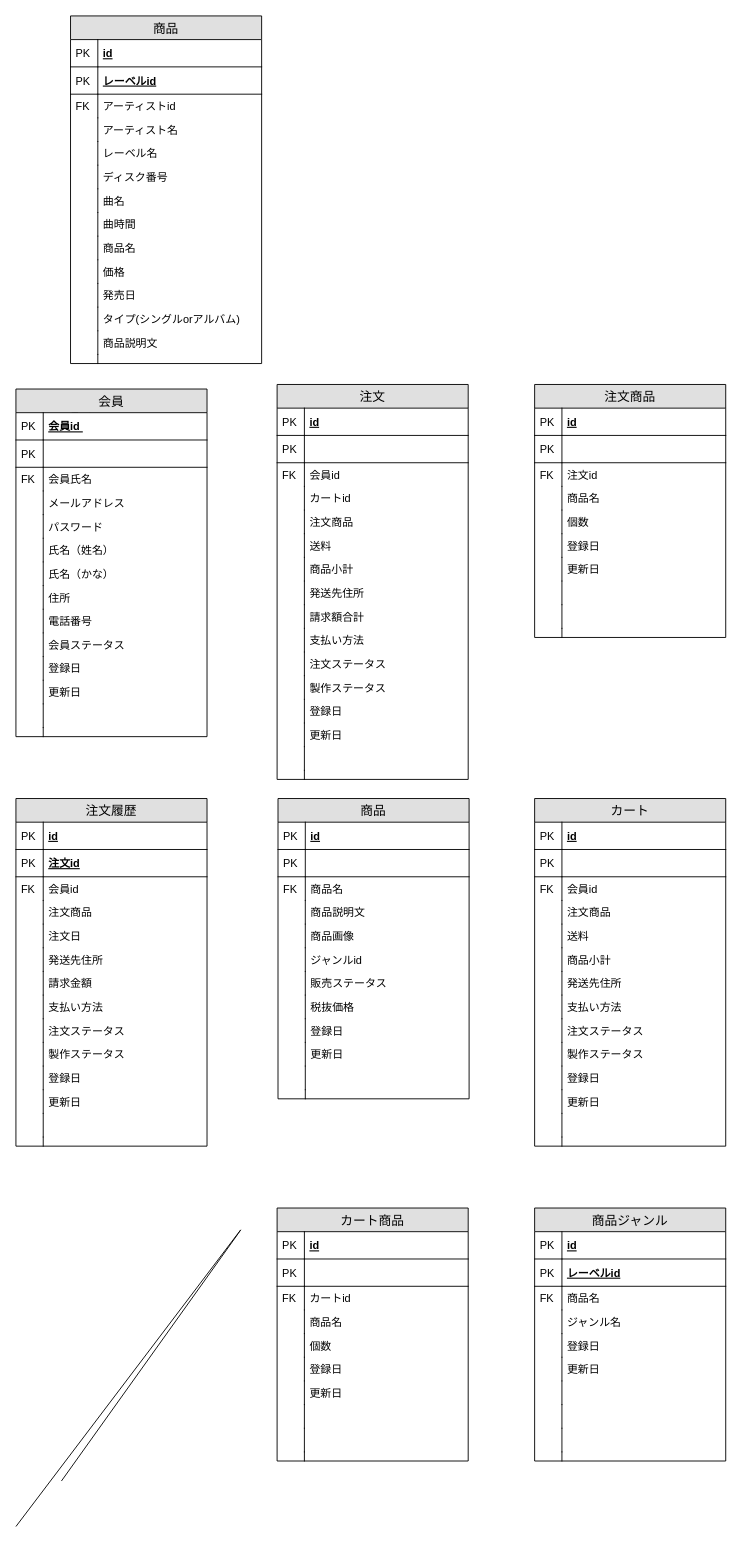
Earlier version of the draw.io diagram page "第一正規形" (2 of 4) of ER図.drawio (tibisaki67/ECsite). Source tidied: cells renumbered, new cells numbered last; positions are measured from the earlier drawing's top-left corner, leaving out a move shared by most shapes. Both pictures are drawn from the tidied source at 91%, with x=0, y=0 at pixel (15, 15).
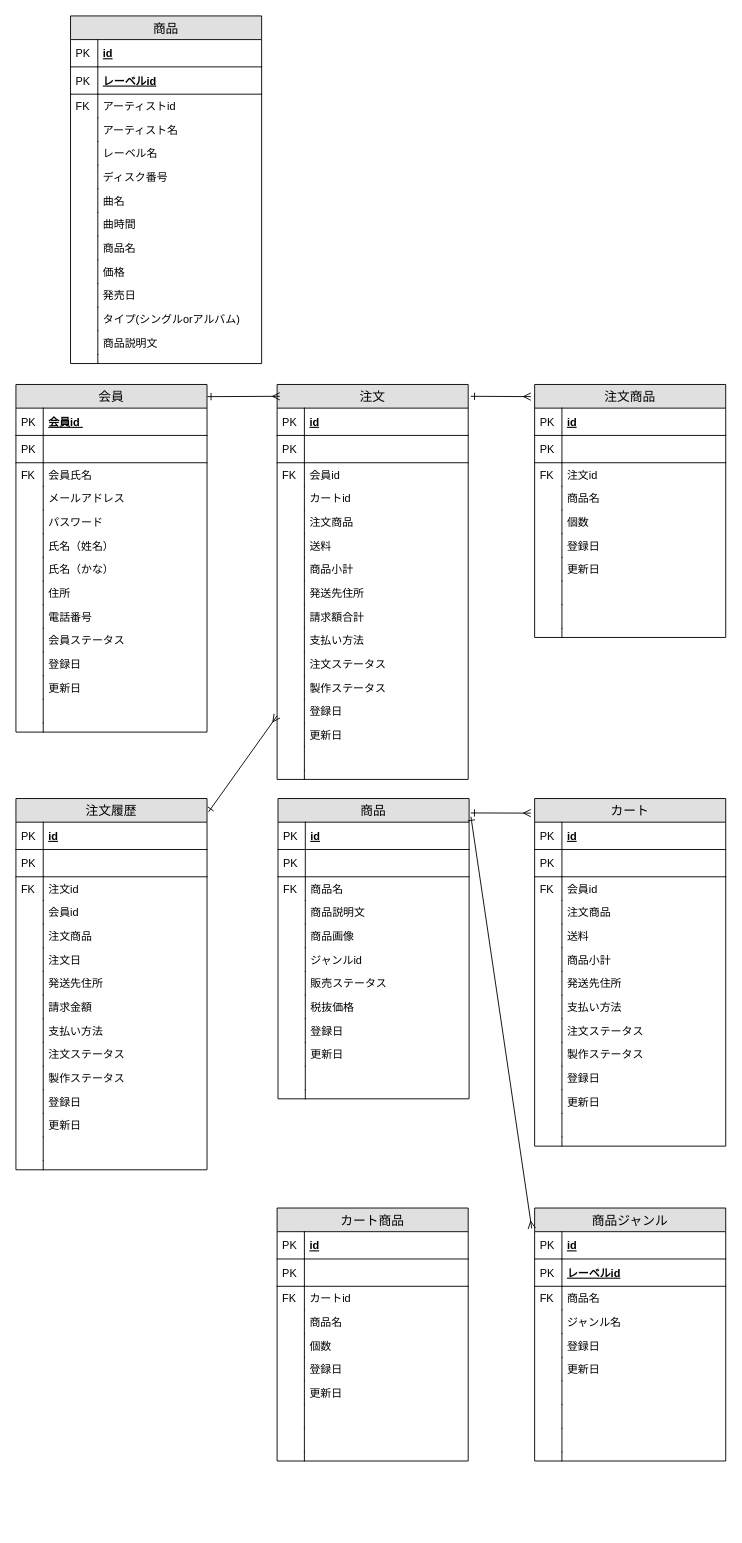
Above is the later version.

The change refers to these unchanged cells:
```xml
<mxCell id="61" value="注文" style="swimlane;fontStyle=0;horizontal=1;startSize=26;fillColor=#e0e0e0;swimlaneFillColor=#ffffff;align=center;fontSize=14;" parent="1" vertex="1">
  <mxGeometry x="287" y="405" width="210" height="434" as="geometry" />
</mxCell>
<mxCell id="94" value="注文商品" style="swimlane;fontStyle=0;horizontal=1;startSize=26;fillColor=#e0e0e0;swimlaneFillColor=#ffffff;align=center;fontSize=14;" parent="1" vertex="1">
  <mxGeometry x="570" y="405" width="210" height="278" as="geometry" />
</mxCell>
<mxCell id="115" value="商品" style="swimlane;fontStyle=0;horizontal=1;startSize=26;fillColor=#e0e0e0;swimlaneFillColor=#ffffff;align=center;fontSize=14;" parent="1" vertex="1">
  <mxGeometry x="288" y="860" width="210" height="330" as="geometry" />
</mxCell>
<mxCell id="140" value="カート" style="swimlane;fontStyle=0;horizontal=1;startSize=26;fillColor=#e0e0e0;swimlaneFillColor=#ffffff;align=center;fontSize=14;" parent="1" vertex="1">
  <mxGeometry x="570" y="860" width="210" height="382" as="geometry" />
</mxCell>
<mxCell id="198" value="商品ジャンル" style="swimlane;fontStyle=0;horizontal=1;startSize=26;fillColor=#e0e0e0;swimlaneFillColor=#ffffff;align=center;fontSize=14;" parent="1" vertex="1">
  <mxGeometry x="570" y="1310" width="210" height="278" as="geometry" />
</mxCell>
```

What changed in the source:
```diff
@@
     <mxCell id="32" value="会員" style="swimlane;fontStyle=0;horizontal=1;startSize=26;fillColor=#e0e0e0;swimlaneFillColor=#ffffff;align=center;fontSize=14;" parent="1" vertex="1">
-      <mxGeometry y="410" width="210" height="382" as="geometry" />
+      <mxGeometry y="405" width="210" height="382" as="geometry" />
     </mxCell>
@@
     <mxCell id="169" value="注文履歴" style="swimlane;fontStyle=0;horizontal=1;startSize=26;fillColor=#e0e0e0;swimlaneFillColor=#ffffff;align=center;fontSize=14;" parent="1" vertex="1">
-      <mxGeometry y="860" width="210" height="382" as="geometry" />
+      <mxGeometry y="860" width="210" height="408" as="geometry" />
     </mxCell>
@@
-    <mxCell id="172" value="注文id" style="shape=partialRectangle;top=0;left=0;right=0;bottom=1;align=left;verticalAlign=middle;fillColor=none;spacingLeft=34;spacingRight=4;overflow=hidden;fontStyle=5;fontSize=12;" parent="169" vertex="1">
+    <mxCell id="172" style="shape=partialRectangle;top=0;left=0;right=0;bottom=1;align=left;verticalAlign=middle;fillColor=none;spacingLeft=34;spacingRight=4;overflow=hidden;fontStyle=5;fontSize=12;" parent="169" vertex="1">
       <mxGeometry y="56" width="210" height="30" as="geometry" />
     </mxCell>
@@
-    <mxCell id="174" value="会員id" style="shape=partialRectangle;top=0;left=0;right=0;bottom=0;align=left;verticalAlign=top;fillColor=none;spacingLeft=34;spacingRight=4;overflow=hidden;fontSize=12;" parent="169" vertex="1">
+    <mxCell id="174" value="注文id" style="shape=partialRectangle;top=0;left=0;right=0;bottom=0;align=left;verticalAlign=top;fillColor=none;spacingLeft=34;spacingRight=4;overflow=hidden;fontSize=12;" parent="169" vertex="1">
       <mxGeometry y="86" width="210" height="26" as="geometry" />
     </mxCell>
@@
+    <mxCell id="241" value="会員id" style="shape=partialRectangle;top=0;left=0;right=0;bottom=0;align=left;verticalAlign=top;fillColor=none;spacingLeft=34;spacingRight=4;overflow=hidden;fontSize=12;" parent="169" vertex="1">
+      <mxGeometry y="112" width="210" height="26" as="geometry" />
+    </mxCell>
+    <mxCell id="242" style="shape=partialRectangle;top=0;left=0;bottom=0;fillColor=none;align=left;verticalAlign=top;spacingLeft=4;spacingRight=4;overflow=hidden;fontSize=12;" parent="241" vertex="1">
+      <mxGeometry width="30" height="26" as="geometry" />
+    </mxCell>
     <mxCell id="176" value="注文商品" style="shape=partialRectangle;top=0;left=0;right=0;bottom=0;align=left;verticalAlign=top;fillColor=none;spacingLeft=34;spacingRight=4;overflow=hidden;fontSize=12;" parent="169" vertex="1">
-      <mxGeometry y="112" width="210" height="26" as="geometry" />
+      <mxGeometry y="138" width="210" height="26" as="geometry" />
     </mxCell>
@@
     <mxCell id="178" value="注文日" style="shape=partialRectangle;top=0;left=0;right=0;bottom=0;align=left;verticalAlign=top;fillColor=none;spacingLeft=34;spacingRight=4;overflow=hidden;fontSize=12;" parent="169" vertex="1">
-      <mxGeometry y="138" width="210" height="26" as="geometry" />
+      <mxGeometry y="164" width="210" height="26" as="geometry" />
     </mxCell>
@@
     <mxCell id="180" value="発送先住所" style="shape=partialRectangle;top=0;left=0;right=0;bottom=0;align=left;verticalAlign=top;fillColor=none;spacingLeft=34;spacingRight=4;overflow=hidden;fontSize=12;" parent="169" vertex="1">
-      <mxGeometry y="164" width="210" height="26" as="geometry" />
+      <mxGeometry y="190" width="210" height="26" as="geometry" />
     </mxCell>
@@
     <mxCell id="182" value="請求金額" style="shape=partialRectangle;top=0;left=0;right=0;bottom=0;align=left;verticalAlign=top;fillColor=none;spacingLeft=34;spacingRight=4;overflow=hidden;fontSize=12;" parent="169" vertex="1">
-      <mxGeometry y="190" width="210" height="26" as="geometry" />
+      <mxGeometry y="216" width="210" height="26" as="geometry" />
     </mxCell>
@@
     <mxCell id="184" value="支払い方法" style="shape=partialRectangle;top=0;left=0;right=0;bottom=0;align=left;verticalAlign=top;fillColor=none;spacingLeft=34;spacingRight=4;overflow=hidden;fontSize=12;" parent="169" vertex="1">
-      <mxGeometry y="216" width="210" height="26" as="geometry" />
+      <mxGeometry y="242" width="210" height="26" as="geometry" />
     </mxCell>
@@
     <mxCell id="186" value="注文ステータス" style="shape=partialRectangle;top=0;left=0;right=0;bottom=0;align=left;verticalAlign=top;fillColor=none;spacingLeft=34;spacingRight=4;overflow=hidden;fontSize=12;" parent="169" vertex="1">
-      <mxGeometry y="242" width="210" height="26" as="geometry" />
+      <mxGeometry y="268" width="210" height="26" as="geometry" />
     </mxCell>
@@
     <mxCell id="188" value="製作ステータス" style="shape=partialRectangle;top=0;left=0;right=0;bottom=0;align=left;verticalAlign=top;fillColor=none;spacingLeft=34;spacingRight=4;overflow=hidden;fontSize=12;" parent="169" vertex="1">
-      <mxGeometry y="268" width="210" height="26" as="geometry" />
+      <mxGeometry y="294" width="210" height="26" as="geometry" />
     </mxCell>
@@
     <mxCell id="190" value="登録日" style="shape=partialRectangle;top=0;left=0;right=0;bottom=0;align=left;verticalAlign=top;fillColor=none;spacingLeft=34;spacingRight=4;overflow=hidden;fontSize=12;" parent="169" vertex="1">
-      <mxGeometry y="294" width="210" height="26" as="geometry" />
+      <mxGeometry y="320" width="210" height="26" as="geometry" />
     </mxCell>
@@
     <mxCell id="192" value="更新日" style="shape=partialRectangle;top=0;left=0;right=0;bottom=0;align=left;verticalAlign=top;fillColor=none;spacingLeft=34;spacingRight=4;overflow=hidden;fontSize=12;" parent="169" vertex="1">
-      <mxGeometry y="320" width="210" height="26" as="geometry" />
+      <mxGeometry y="346" width="210" height="26" as="geometry" />
     </mxCell>
@@
     <mxCell id="194" style="shape=partialRectangle;top=0;left=0;right=0;bottom=0;align=left;verticalAlign=top;fillColor=none;spacingLeft=34;spacingRight=4;overflow=hidden;fontSize=12;" parent="169" vertex="1">
-      <mxGeometry y="346" width="210" height="26" as="geometry" />
+      <mxGeometry y="372" width="210" height="26" as="geometry" />
     </mxCell>
@@
     <mxCell id="196" style="shape=partialRectangle;top=0;left=0;right=0;bottom=0;align=left;verticalAlign=top;fillColor=none;spacingLeft=34;spacingRight=4;overflow=hidden;fontSize=12;" parent="169" vertex="1">
-      <mxGeometry y="372" width="210" height="10" as="geometry" />
+      <mxGeometry y="398" width="210" height="10" as="geometry" />
     </mxCell>
@@
-    <mxCell id="240" style="endArrow=none;html=1;" parent="1" edge="1">
-      <mxGeometry relative="1" as="geometry">
-        <mxPoint y="1660" as="sourcePoint" />
-        <mxPoint x="50" y="1610" as="targetPoint" />
-        <Array as="points">
-          <mxPoint x="250" y="1330" />
-        </Array>
-      </mxGeometry>
-    </mxCell>
+    <mxCell id="243" style="endArrow=ERmany;html=1;entryX=-0.02;entryY=0.048;entryDx=0;entryDy=0;endFill=0;startArrow=ERone;startFill=0;entryPerimeter=0;" parent="1" edge="1" target="94">
+      <mxGeometry relative="1" as="geometry">
+        <mxPoint x="500" y="418" as="sourcePoint" />
+      </mxGeometry>
+    </mxCell>
+    <mxCell id="244" style="endArrow=ERmany;html=1;endFill=0;startArrow=ERone;startFill=0;exitX=1.002;exitY=0.035;exitDx=0;exitDy=0;exitPerimeter=0;" parent="1" edge="1" source="32">
+      <mxGeometry relative="1" as="geometry">
+        <mxPoint x="290" y="418" as="targetPoint" />
+      </mxGeometry>
+    </mxCell>
+    <mxCell id="245" style="endArrow=ERmany;html=1;entryX=-0.02;entryY=0.042;entryDx=0;entryDy=0;endFill=0;startArrow=ERone;startFill=0;entryPerimeter=0;exitX=1.009;exitY=0.048;exitDx=0;exitDy=0;exitPerimeter=0;" parent="1" edge="1" source="115" target="140">
+      <mxGeometry relative="1" as="geometry" />
+    </mxCell>
+    <mxCell id="246" style="endArrow=ERmany;html=1;endFill=0;startArrow=ERone;startFill=0;exitX=1.008;exitY=0.036;exitDx=0;exitDy=0;exitPerimeter=0;" parent="1" edge="1" source="169" target="61">
+      <mxGeometry relative="1" as="geometry" />
+    </mxCell>
+    <mxCell id="247" style="endArrow=ERmany;html=1;entryX=-0.015;entryY=0.081;entryDx=0;entryDy=0;endFill=0;startArrow=ERone;startFill=0;entryPerimeter=0;" parent="1" edge="1" target="198">
+      <mxGeometry relative="1" as="geometry">
+        <mxPoint x="500" y="880" as="sourcePoint" />
+      </mxGeometry>
+    </mxCell>
```
